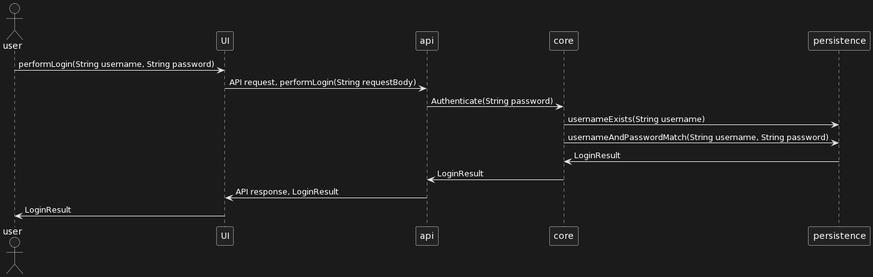
Earlier version of the PlantUML export docs/release3/sequence_diagram.png (Anders-Stubberud/IT1901).
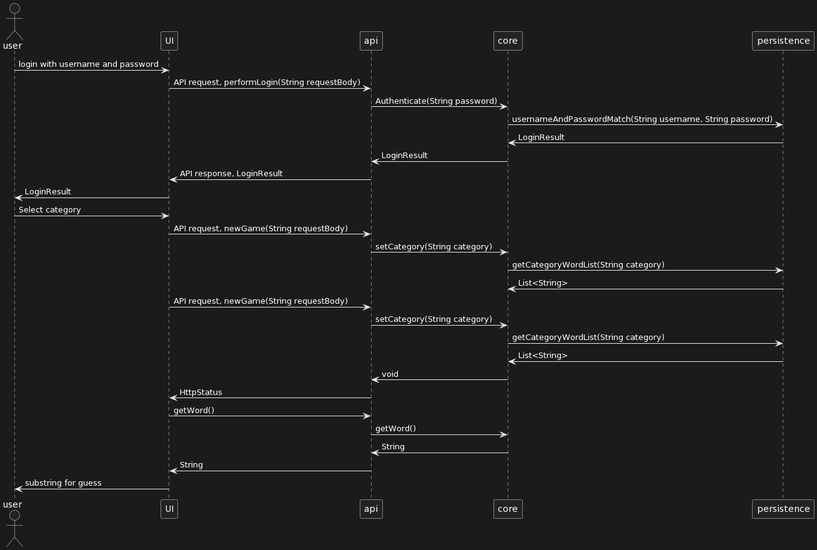
The same diagram one commit later.

What changed in the source:
```diff
@@ -5,13 +5,51 @@
 participant core as core
 participant persistence as persistence
 
-user -> UI : performLogin(String username, String password)
+user -> UI : login with username and password
+
 UI -> api : API request, performLogin(String requestBody)
+
 api -> core : Authenticate(String password)
-core -> persistence : usernameExists(String username)
+
 core -> persistence : usernameAndPasswordMatch(String username, String password)
+
 persistence -> core : LoginResult
+
 core -> api : LoginResult
+
 api -> UI : API response, LoginResult
+
 UI -> user : LoginResult
+
+user -> UI : Select category
+
+UI -> api : API request, newGame(String requestBody)
+
+api -> core : setCategory(String category)
+
+core -> persistence : getCategoryWordList(String category)
+
+persistence -> core : List<String>
+
+UI -> api : API request, newGame(String requestBody)
+
+api -> core : setCategory(String category)
+
+core -> persistence : getCategoryWordList(String category)
+
+persistence -> core : List<String>
+
+core -> api : void
+
+api -> UI : HttpStatus
+
+UI -> api : getWord()
+
+api -> core : getWord()
+
+core -> api : String
+
+api -> UI : String
+
+UI -> user : substring for guess
 @enduml
```
